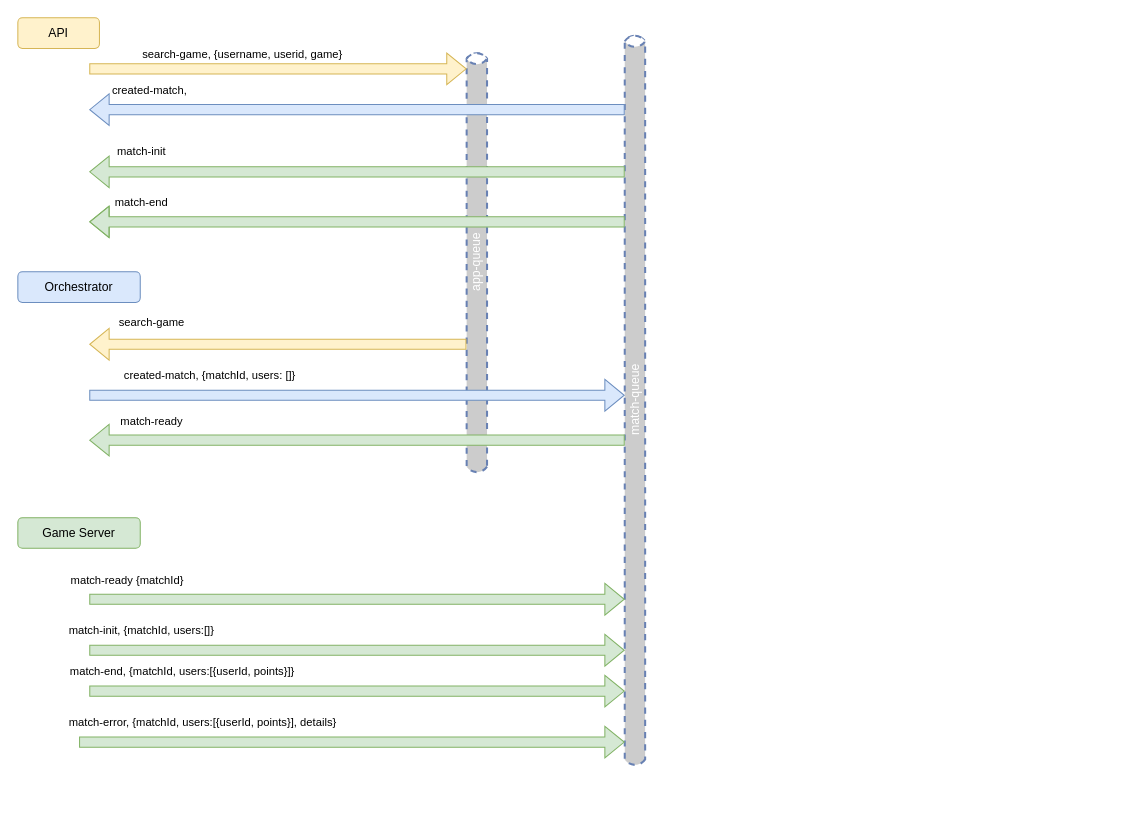
paolinos/web-game-server keeps this draw.io diagram as page "messages_v1 - OLD" (2 of 4) of documents/architecture.drawio. Above is the earlier version. Source tidied: cells renumbered, new cells numbered last; positions are measured from the earlier drawing's top-left corner, leaving out a move shared by most shapes. Both pictures are drawn from the tidied source at 102%, with x=0, y=0 at pixel (17, 17).
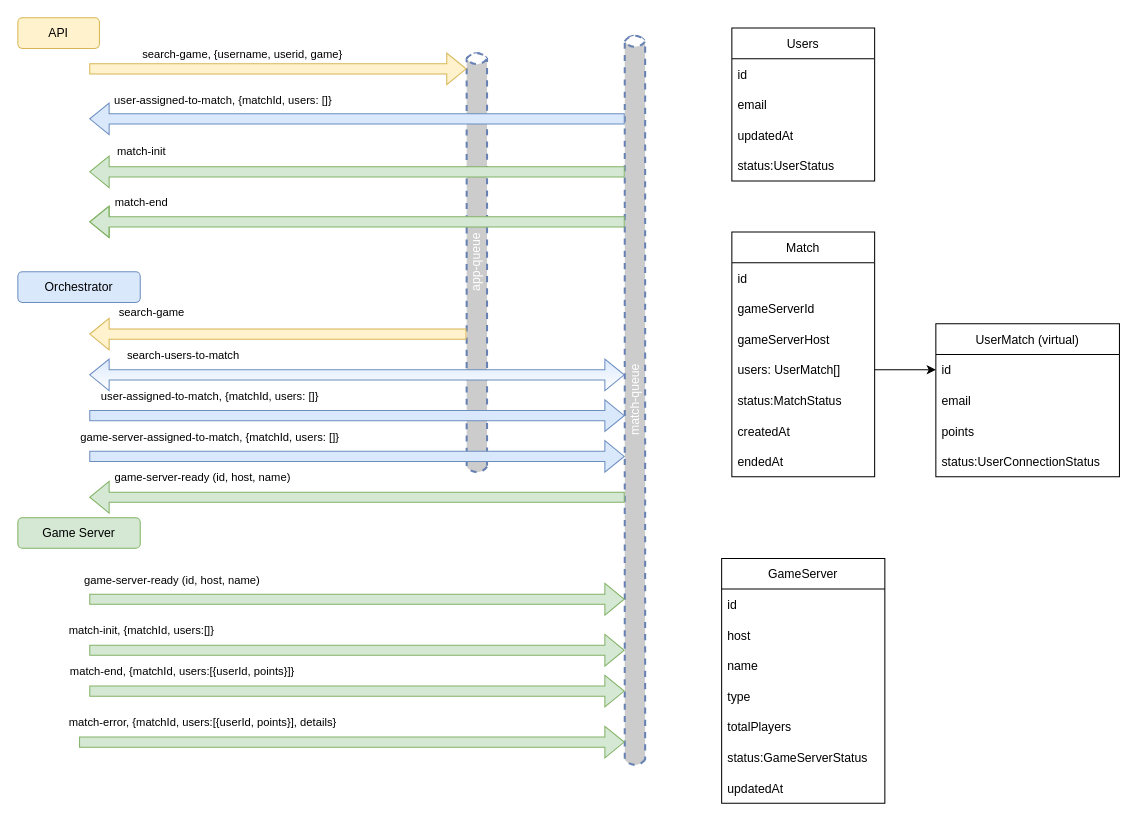
After the change.

Unchanged cells that the change refers to:
```xml
<mxCell id="6" value="match-queue" style="html=1;outlineConnect=0;fillColor=#CCCCCC;strokeColor=#6881B3;gradientColor=none;gradientDirection=north;strokeWidth=2;shape=mxgraph.networks.bus;gradientColor=none;gradientDirection=north;fontColor=#ffffff;perimeter=backbonePerimeter;backboneSize=20;dashed=1;rotation=-90;" parent="1" vertex="1">
  <mxGeometry x="245" y="355" width="720" height="40" as="geometry" />
</mxCell>
<mxCell id="11" style="shape=flexArrow;endArrow=classic;html=1;rounded=0;fillColor=#d5e8d4;strokeColor=#82b366;" parent="1" edge="1" target="6">
  <mxGeometry relative="1" as="geometry">
    <mxPoint x="70" y="570" as="sourcePoint" />
  </mxGeometry>
</mxCell>
```

What changed in the source:
```diff
@@
     <mxCell id="9" style="shape=flexArrow;endArrow=classic;html=1;rounded=0;fillColor=#fff2cc;strokeColor=#d6b656;" parent="1" edge="1">
       <mxGeometry relative="1" as="geometry">
-        <mxPoint x="439.8" y="320" as="sourcePoint" />
-        <mxPoint x="70" y="320" as="targetPoint" />
+        <mxPoint x="439.8" y="310" as="sourcePoint" />
+        <mxPoint x="70" y="310" as="targetPoint" />
       </mxGeometry>
     </mxCell>
@@
-    <mxCell id="12" value="match-ready {matchId}" style="edgeLabel;html=1;align=center;verticalAlign=middle;" parent="11" vertex="1">
+    <mxCell id="12" value="game-server-ready (id, host, name)" style="edgeLabel;html=1;align=center;verticalAlign=middle;" parent="11" vertex="1">
       <mxGeometry x="-0.49" y="-5" relative="1" as="geometry">
-        <mxPoint x="-98" y="-24" as="offset" />
+        <mxPoint x="-54" y="-24" as="offset" />
       </mxGeometry>
     </mxCell>
@@
     <mxCell id="17" style="shape=flexArrow;endArrow=classic;html=1;rounded=0;fillColor=#d5e8d4;strokeColor=#82b366;" parent="1" edge="1">
       <mxGeometry relative="1" as="geometry">
-        <mxPoint x="595" y="414" as="sourcePoint" />
-        <mxPoint x="70" y="414" as="targetPoint" />
+        <mxPoint x="595" y="470" as="sourcePoint" />
+        <mxPoint x="70" y="470" as="targetPoint" />
       </mxGeometry>
     </mxCell>
-    <mxCell id="18" value="match-ready" style="edgeLabel;html=1;align=center;verticalAlign=middle;" parent="17" vertex="1">
+    <mxCell id="18" value="game-server-ready (id, host, name)" style="edgeLabel;html=1;align=center;verticalAlign=middle;" parent="17" vertex="1">
       <mxGeometry x="-0.49" y="-5" relative="1" as="geometry">
-        <mxPoint x="-331" y="-14" as="offset" />
+        <mxPoint x="-281" y="-15" as="offset" />
       </mxGeometry>
     </mxCell>
@@
     <mxCell id="25" style="shape=flexArrow;endArrow=classic;html=1;rounded=0;fillColor=#dae8fc;strokeColor=#6c8ebf;" parent="1" edge="1">
       <mxGeometry relative="1" as="geometry">
-        <mxPoint x="70" y="370" as="sourcePoint" />
-        <mxPoint x="595" y="370" as="targetPoint" />
+        <mxPoint x="70" y="390" as="sourcePoint" />
+        <mxPoint x="595" y="390" as="targetPoint" />
       </mxGeometry>
     </mxCell>
-    <mxCell id="26" value="created-match, {matchId, users: []}" style="edgeLabel;html=1;align=center;verticalAlign=middle;" parent="25" vertex="1">
+    <mxCell id="26" value="user-assigned-to-match, {matchId, users: []}" style="edgeLabel;html=1;align=center;verticalAlign=middle;" parent="25" vertex="1">
       <mxGeometry x="-0.24" y="2" relative="1" as="geometry">
         <mxPoint x="-83" y="-18" as="offset" />
       </mxGeometry>
     </mxCell>
-    <mxCell id="27" style="shape=flexArrow;endArrow=classic;html=1;rounded=0;fillColor=#dae8fc;strokeColor=#6c8ebf;" parent="1" edge="1" source="6">
-      <mxGeometry relative="1" as="geometry">
-        <mxPoint x="70" y="90" as="targetPoint" />
-      </mxGeometry>
-    </mxCell>
-    <mxCell id="28" value="created-match," style="edgeLabel;html=1;align=center;verticalAlign=middle;" parent="27" vertex="1">
-      <mxGeometry x="-0.24" y="2" relative="1" as="geometry">
-        <mxPoint x="-267" y="-22" as="offset" />
-      </mxGeometry>
-    </mxCell>
+    <mxCell id="29" style="shape=flexArrow;endArrow=classic;html=1;rounded=0;fillColor=#dae8fc;strokeColor=#6c8ebf;gradientColor=#ffffff;startArrow=block;" parent="1" edge="1">
+      <mxGeometry relative="1" as="geometry">
+        <mxPoint x="70" y="350" as="sourcePoint" />
+        <mxPoint x="595" y="350" as="targetPoint" />
+      </mxGeometry>
+    </mxCell>
+    <mxCell id="30" value="search-users-to-match" style="edgeLabel;html=1;align=center;verticalAlign=middle;" parent="29" vertex="1">
+      <mxGeometry x="-0.24" y="2" relative="1" as="geometry">
+        <mxPoint x="-109" y="-18" as="offset" />
+      </mxGeometry>
+    </mxCell>
+    <mxCell id="31" value="Users" style="swimlane;fontStyle=0;horizontal=1;startSize=30;" parent="1" vertex="1">
+      <mxGeometry x="700" y="10" width="140" height="150" as="geometry" />
+    </mxCell>
+    <mxCell id="32" value="id" style="text;strokeColor=none;fillColor=none;align=left;verticalAlign=middle;spacingLeft=4;spacingRight=4;overflow=hidden;" parent="31" vertex="1">
+      <mxGeometry y="30" width="140" height="30" as="geometry" />
+    </mxCell>
+    <mxCell id="33" value="email" style="text;strokeColor=none;fillColor=none;align=left;verticalAlign=middle;spacingLeft=4;spacingRight=4;overflow=hidden;" parent="31" vertex="1">
+      <mxGeometry y="60" width="140" height="30" as="geometry" />
+    </mxCell>
+    <mxCell id="34" value="updatedAt" style="text;strokeColor=none;fillColor=none;align=left;verticalAlign=middle;spacingLeft=4;spacingRight=4;overflow=hidden;" parent="31" vertex="1">
+      <mxGeometry y="90" width="140" height="30" as="geometry" />
+    </mxCell>
+    <mxCell id="35" value="status:UserStatus" style="text;strokeColor=none;fillColor=none;align=left;verticalAlign=middle;spacingLeft=4;spacingRight=4;overflow=hidden;" parent="31" vertex="1">
+      <mxGeometry y="120" width="140" height="30" as="geometry" />
+    </mxCell>
+    <mxCell id="36" value="Match" style="swimlane;fontStyle=0;horizontal=1;startSize=30;" parent="1" vertex="1">
+      <mxGeometry x="700" y="210" width="140" height="240" as="geometry" />
+    </mxCell>
+    <mxCell id="37" value="id" style="text;strokeColor=none;fillColor=none;align=left;verticalAlign=middle;spacingLeft=4;spacingRight=4;overflow=hidden;" parent="36" vertex="1">
+      <mxGeometry y="30" width="140" height="30" as="geometry" />
+    </mxCell>
+    <mxCell id="38" value="gameServerId" style="text;strokeColor=none;fillColor=none;align=left;verticalAlign=middle;spacingLeft=4;spacingRight=4;overflow=hidden;" parent="36" vertex="1">
+      <mxGeometry y="60" width="140" height="30" as="geometry" />
+    </mxCell>
+    <mxCell id="39" value="gameServerHost" style="text;strokeColor=none;fillColor=none;align=left;verticalAlign=middle;spacingLeft=4;spacingRight=4;overflow=hidden;" parent="36" vertex="1">
+      <mxGeometry y="90" width="140" height="30" as="geometry" />
+    </mxCell>
+    <mxCell id="40" value="users: UserMatch[]" style="text;strokeColor=none;fillColor=none;align=left;verticalAlign=middle;spacingLeft=4;spacingRight=4;overflow=hidden;points=[[0,0.5],[1,0.5]];portConstraint=eastwest;" parent="36" vertex="1">
+      <mxGeometry y="120" width="140" height="30" as="geometry" />
+    </mxCell>
+    <mxCell id="41" value="status:MatchStatus" style="text;strokeColor=none;fillColor=none;align=left;verticalAlign=middle;spacingLeft=4;spacingRight=4;overflow=hidden;" parent="36" vertex="1">
+      <mxGeometry y="150" width="140" height="30" as="geometry" />
+    </mxCell>
+    <mxCell id="42" value="createdAt" style="text;strokeColor=none;fillColor=none;align=left;verticalAlign=middle;spacingLeft=4;spacingRight=4;overflow=hidden;" parent="36" vertex="1">
+      <mxGeometry y="180" width="140" height="30" as="geometry" />
+    </mxCell>
+    <mxCell id="43" value="endedAt" style="text;strokeColor=none;fillColor=none;align=left;verticalAlign=middle;spacingLeft=4;spacingRight=4;overflow=hidden;" parent="36" vertex="1">
+      <mxGeometry y="210" width="140" height="30" as="geometry" />
+    </mxCell>
+    <mxCell id="44" value="GameServer" style="swimlane;fontStyle=0;horizontal=1;startSize=30;" parent="1" vertex="1">
+      <mxGeometry x="690" y="530" width="160" height="240" as="geometry" />
+    </mxCell>
+    <mxCell id="45" value="id" style="text;strokeColor=none;fillColor=none;align=left;verticalAlign=middle;spacingLeft=4;spacingRight=4;overflow=hidden;" parent="44" vertex="1">
+      <mxGeometry y="30" width="160" height="30" as="geometry" />
+    </mxCell>
+    <mxCell id="46" value="host" style="text;strokeColor=none;fillColor=none;align=left;verticalAlign=middle;spacingLeft=4;spacingRight=4;overflow=hidden;" parent="44" vertex="1">
+      <mxGeometry y="60" width="160" height="30" as="geometry" />
+    </mxCell>
+    <mxCell id="47" value="name" style="text;strokeColor=none;fillColor=none;align=left;verticalAlign=middle;spacingLeft=4;spacingRight=4;overflow=hidden;" parent="44" vertex="1">
+      <mxGeometry y="90" width="160" height="30" as="geometry" />
+    </mxCell>
+    <mxCell id="48" value="type" style="text;strokeColor=none;fillColor=none;align=left;verticalAlign=middle;spacingLeft=4;spacingRight=4;overflow=hidden;" parent="44" vertex="1">
+      <mxGeometry y="120" width="160" height="30" as="geometry" />
+    </mxCell>
+    <mxCell id="49" value="totalPlayers" style="text;strokeColor=none;fillColor=none;align=left;verticalAlign=middle;spacingLeft=4;spacingRight=4;overflow=hidden;" parent="44" vertex="1">
+      <mxGeometry y="150" width="160" height="30" as="geometry" />
+    </mxCell>
+    <mxCell id="50" value="status:GameServerStatus" style="text;strokeColor=none;fillColor=none;align=left;verticalAlign=middle;spacingLeft=4;spacingRight=4;overflow=hidden;" parent="44" vertex="1">
+      <mxGeometry y="180" width="160" height="30" as="geometry" />
+    </mxCell>
+    <mxCell id="51" value="updatedAt" style="text;strokeColor=none;fillColor=none;align=left;verticalAlign=middle;spacingLeft=4;spacingRight=4;overflow=hidden;" parent="44" vertex="1">
+      <mxGeometry y="210" width="160" height="30" as="geometry" />
+    </mxCell>
+    <mxCell id="52" value="UserMatch (virtual)" style="swimlane;fontStyle=0;horizontal=1;startSize=30;" parent="1" vertex="1">
+      <mxGeometry x="900" y="300" width="180" height="150" as="geometry" />
+    </mxCell>
+    <mxCell id="53" value="id" style="text;strokeColor=none;fillColor=none;align=left;verticalAlign=middle;spacingLeft=4;spacingRight=4;overflow=hidden;points=[[0,0.5],[1,0.5]];portConstraint=eastwest;" parent="52" vertex="1">
+      <mxGeometry y="30" width="180" height="30" as="geometry" />
+    </mxCell>
+    <mxCell id="54" value="email" style="text;strokeColor=none;fillColor=none;align=left;verticalAlign=middle;spacingLeft=4;spacingRight=4;overflow=hidden;" parent="52" vertex="1">
+      <mxGeometry y="60" width="180" height="30" as="geometry" />
+    </mxCell>
+    <mxCell id="55" value="points" style="text;strokeColor=none;fillColor=none;align=left;verticalAlign=middle;spacingLeft=4;spacingRight=4;overflow=hidden;" parent="52" vertex="1">
+      <mxGeometry y="90" width="180" height="30" as="geometry" />
+    </mxCell>
+    <mxCell id="56" value="status:UserConnectionStatus" style="text;strokeColor=none;fillColor=none;align=left;verticalAlign=middle;spacingLeft=4;spacingRight=4;overflow=hidden;" parent="52" vertex="1">
+      <mxGeometry y="120" width="180" height="30" as="geometry" />
+    </mxCell>
+    <mxCell id="57" style="edgeStyle=orthogonalEdgeStyle;rounded=0;jettySize=auto;html=1;exitX=1;exitY=0.5;exitDx=0;exitDy=0;entryX=0;entryY=0.5;entryDx=0;entryDy=0;startArrow=none;gradientColor=#ffffff;startFill=0;" parent="1" edge="1" source="40" target="53">
+      <mxGeometry relative="1" as="geometry" />
+    </mxCell>
+    <mxCell id="58" style="shape=flexArrow;endArrow=classic;html=1;rounded=0;fillColor=#dae8fc;strokeColor=#6c8ebf;" parent="1" edge="1">
+      <mxGeometry relative="1" as="geometry">
+        <mxPoint x="70" y="430" as="sourcePoint" />
+        <mxPoint x="595" y="430" as="targetPoint" />
+      </mxGeometry>
+    </mxCell>
+    <mxCell id="59" value="game-server-assigned-to-match, {matchId, users: []}" style="edgeLabel;html=1;align=center;verticalAlign=middle;" parent="58" vertex="1">
+      <mxGeometry x="-0.24" y="2" relative="1" as="geometry">
+        <mxPoint x="-83" y="-18" as="offset" />
+      </mxGeometry>
+    </mxCell>
+    <mxCell id="60" style="shape=flexArrow;endArrow=classic;html=1;rounded=0;fillColor=#dae8fc;strokeColor=#6c8ebf;" parent="1" edge="1">
+      <mxGeometry relative="1" as="geometry">
+        <mxPoint x="595" y="99" as="sourcePoint" />
+        <mxPoint x="70" y="99" as="targetPoint" />
+      </mxGeometry>
+    </mxCell>
+    <mxCell id="61" value="user-assigned-to-match, {matchId, users: []}" style="edgeLabel;html=1;align=center;verticalAlign=middle;" parent="60" vertex="1">
+      <mxGeometry x="-0.49" y="-5" relative="1" as="geometry">
+        <mxPoint x="-261" y="-14" as="offset" />
+      </mxGeometry>
+    </mxCell>
```
